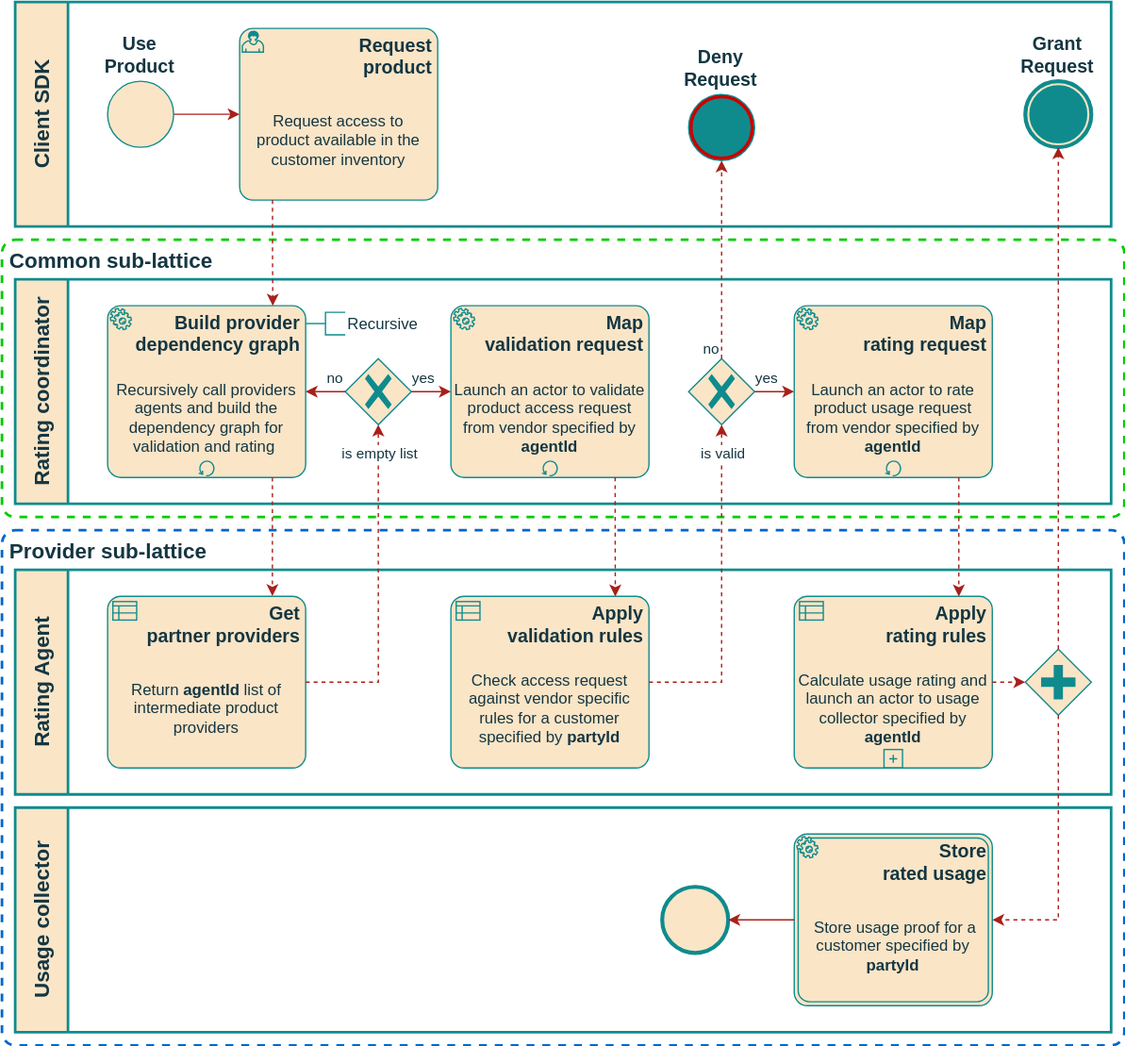
Earlier version of the draw.io export src/USE-CASES/product-use-client-bpmn.svg (distributed-it-for-telco/distributed-rating-doc). Source tidied: cells renumbered, new cells last; positions are measured from the earlier drawing's top-left corner, leaving out a move shared by most shapes.
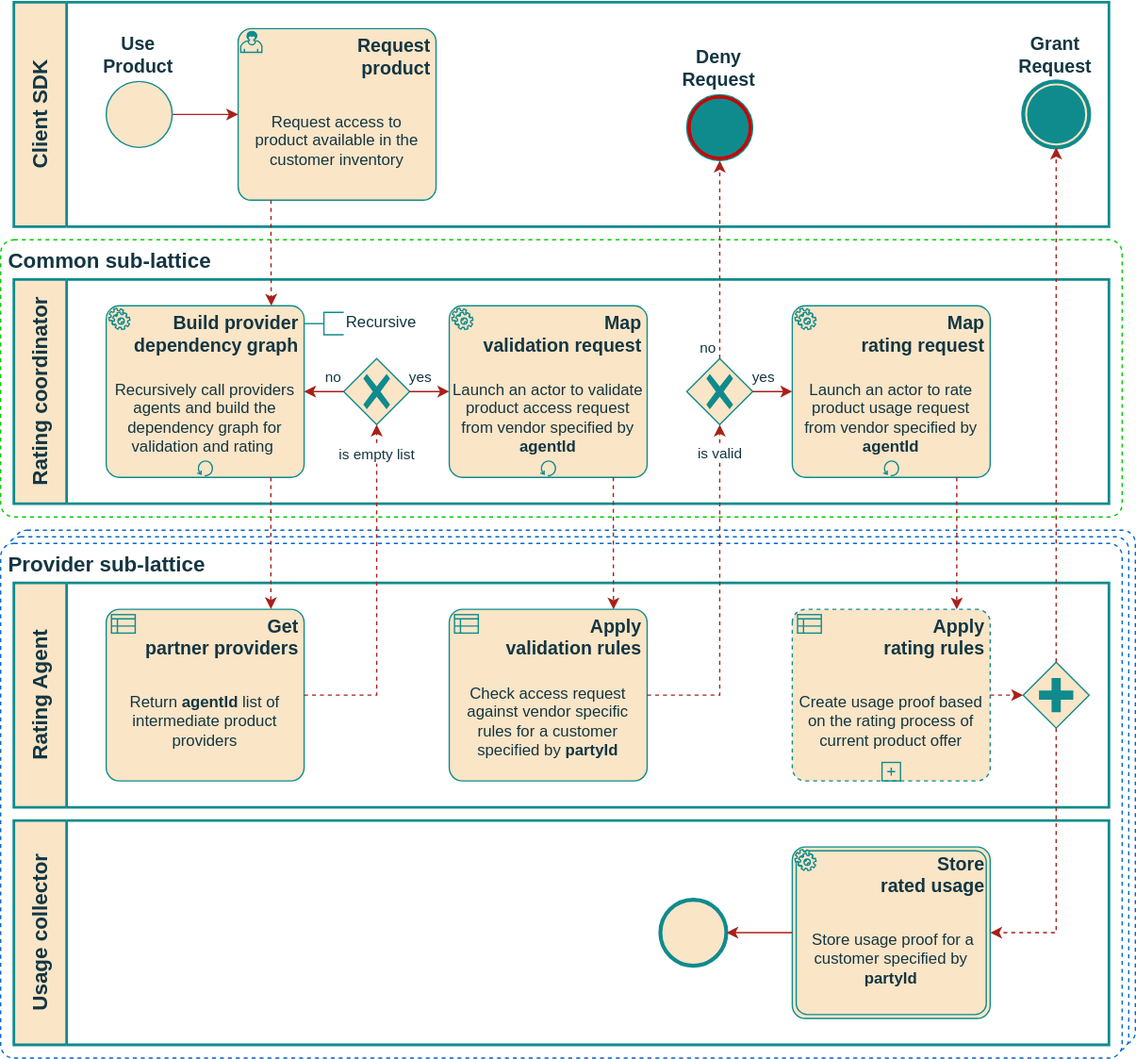
After the commit.

The edit, as a diff of the source:
```diff
@@ -2,10 +2,16 @@
   <root>
     <mxCell id="0" />
     <mxCell id="1" parent="0" />
+    <mxCell id="53" style="rounded=1;whiteSpace=wrap;html=1;strokeColor=#0066CC;fontColor=#143642;fillColor=default;dashed=1;absoluteArcSize=1;strokeWidth=1;fontStyle=1;align=left;verticalAlign=top;fontSize=16;spacingLeft=4;labelBackgroundColor=none;" parent="1" vertex="1">
+      <mxGeometry x="10" y="400" width="850" height="390" as="geometry" />
+    </mxCell>
+    <mxCell id="54" style="rounded=1;whiteSpace=wrap;html=1;strokeColor=#0066CC;fontColor=#143642;fillColor=default;dashed=1;absoluteArcSize=1;strokeWidth=1;fontStyle=1;align=left;verticalAlign=top;fontSize=16;spacingLeft=4;labelBackgroundColor=none;" parent="1" vertex="1">
+      <mxGeometry x="5" y="405" width="850" height="390" as="geometry" />
+    </mxCell>
-    <mxCell id="2" value="Provider sub-lattice" style="rounded=1;whiteSpace=wrap;html=1;strokeColor=#0066CC;fontColor=#143642;fillColor=default;dashed=1;absoluteArcSize=1;strokeWidth=2;fontStyle=1;align=left;verticalAlign=top;fontSize=16;spacingLeft=4;labelBackgroundColor=none;" parent="1" vertex="1">
-      <mxGeometry y="400" width="850" height="390" as="geometry" />
+    <mxCell id="2" value="Provider sub-lattice" style="rounded=1;whiteSpace=wrap;html=1;strokeColor=#0066CC;fontColor=#143642;fillColor=default;dashed=1;absoluteArcSize=1;strokeWidth=1;fontStyle=1;align=left;verticalAlign=top;fontSize=16;spacingLeft=4;labelBackgroundColor=none;" parent="1" vertex="1">
+      <mxGeometry y="410" width="850" height="390" as="geometry" />
     </mxCell>
-    <mxCell id="3" value="Common sub-lattice" style="rounded=1;whiteSpace=wrap;html=1;strokeColor=#00CC00;fontColor=#143642;fillColor=default;dashed=1;absoluteArcSize=1;strokeWidth=2;labelPosition=center;verticalLabelPosition=middle;align=left;verticalAlign=top;spacingTop=0;spacingLeft=4;labelBackgroundColor=none;fontSize=16;fontStyle=1;" parent="1" vertex="1">
+    <mxCell id="3" value="Common sub-lattice" style="rounded=1;whiteSpace=wrap;html=1;strokeColor=#00CC00;fontColor=#143642;fillColor=default;dashed=1;absoluteArcSize=1;strokeWidth=1;labelPosition=center;verticalLabelPosition=middle;align=left;verticalAlign=top;spacingTop=0;spacingLeft=4;labelBackgroundColor=none;fontSize=16;fontStyle=1;" parent="1" vertex="1">
       <mxGeometry y="180" width="850" height="210" as="geometry" />
     </mxCell>
     <mxCell id="4" value="Client&amp;nbsp;SDK" style="swimlane;html=1;startSize=40;fontStyle=1;horizontal=0;swimlaneLine=1;swimlaneFillColor=#ffffff;strokeWidth=2;whiteSpace=wrap;fillColor=#FAE5C7;strokeColor=#0F8B8D;fontSize=16;fontColor=#143642;labelBackgroundColor=none;" parent="1" vertex="1">
@@ -93,7 +99,7 @@
       </mxGeometry>
     </mxCell>
     <mxCell id="27" value="Rating Agent" style="swimlane;html=1;startSize=40;fontStyle=1;horizontal=0;swimlaneLine=1;swimlaneFillColor=#ffffff;strokeWidth=2;whiteSpace=wrap;fillColor=#FAE5C7;strokeColor=#0F8B8D;fontSize=16;fontColor=#143642;labelBackgroundColor=none;" parent="1" vertex="1">
-      <mxGeometry x="10" y="430" width="830" height="170" as="geometry" />
+      <mxGeometry x="10" y="440" width="830" height="170" as="geometry" />
     </mxCell>
     <mxCell id="28" value="Apply&lt;br&gt;validation rules" style="points=[[0.25,0,0],[0.5,0,0],[0.75,0,0],[1,0.25,0],[1,0.5,0],[1,0.75,0],[0.75,1,0],[0.5,1,0],[0.25,1,0],[0,0.75,0],[0,0.5,0],[0,0.25,0]];shape=mxgraph.bpmn.task;whiteSpace=wrap;rectStyle=rounded;size=10;html=1;taskMarker=businessRule;strokeColor=#0F8B8D;align=right;verticalAlign=top;spacingRight=2;spacingTop=-2;spacing=2;fontFamily=Helvetica;fontSize=14;fontColor=#143642;fillColor=#FAE5C7;fontStyle=1;labelBackgroundColor=none;" parent="27" vertex="1">
       <mxGeometry x="330" y="20" width="150" height="130" as="geometry" />
@@ -101,10 +107,10 @@
     <mxCell id="29" value="Check access request against vendor specific rules for a customer specified by &lt;b&gt;partyId&lt;/b&gt;" style="text;align=center;verticalAlign=middle;strokeColor=none;fillColor=none;fontColor=#143642;labelPosition=center;verticalLabelPosition=middle;overflow=width;comic=0;html=1;whiteSpace=wrap;spacing=2;spacingLeft=0;perimeterSpacing=1;fixedWidth=1;backgroundOutline=0;enumerate=0;fixDash=0;labelPadding=0;noLabel=0;shadow=0;spacingBottom=0;labelBackgroundColor=none;" parent="28" vertex="1">
       <mxGeometry y="40" width="150" height="90" as="geometry" />
     </mxCell>
-    <mxCell id="30" value="Apply&lt;br&gt;rating rules" style="points=[[0.25,0,0],[0.5,0,0],[0.75,0,0],[1,0.25,0],[1,0.5,0],[1,0.75,0],[0.75,1,0],[0.5,1,0],[0.25,1,0],[0,0.75,0],[0,0.5,0],[0,0.25,0]];shape=mxgraph.bpmn.task;whiteSpace=wrap;rectStyle=rounded;size=10;html=1;taskMarker=businessRule;strokeColor=#0F8B8D;align=right;verticalAlign=top;spacingRight=2;spacingTop=-2;spacing=2;fontFamily=Helvetica;fontSize=14;fontColor=#143642;fillColor=#FAE5C7;fontStyle=1;labelBackgroundColor=none;isLoopSub=1;" parent="27" vertex="1">
+    <mxCell id="30" value="Apply&lt;br&gt;rating rules" style="points=[[0.25,0,0],[0.5,0,0],[0.75,0,0],[1,0.25,0],[1,0.5,0],[1,0.75,0],[0.75,1,0],[0.5,1,0],[0.25,1,0],[0,0.75,0],[0,0.5,0],[0,0.25,0]];shape=mxgraph.bpmn.task;whiteSpace=wrap;rectStyle=rounded;size=10;html=1;taskMarker=businessRule;strokeColor=#0F8B8D;align=right;verticalAlign=top;spacingRight=2;spacingTop=-2;spacing=2;fontFamily=Helvetica;fontSize=14;fontColor=#143642;fillColor=#FAE5C7;fontStyle=1;labelBackgroundColor=none;isLoopSub=1;bpmnShapeType=subprocess;" parent="27" vertex="1">
       <mxGeometry x="590" y="20" width="150" height="130" as="geometry" />
     </mxCell>
-    <mxCell id="31" value="Calculate usage rating and launch an actor to&amp;nbsp;usage collector specified by &lt;b&gt;agentId&lt;/b&gt;" style="text;align=center;verticalAlign=middle;strokeColor=none;fillColor=none;fontColor=#143642;labelPosition=center;verticalLabelPosition=middle;overflow=width;comic=0;html=1;whiteSpace=wrap;spacing=2;spacingLeft=0;perimeterSpacing=1;fixedWidth=1;backgroundOutline=0;enumerate=0;fixDash=0;labelPadding=0;noLabel=0;shadow=0;spacingBottom=0;labelBackgroundColor=none;" parent="30" vertex="1">
+    <mxCell id="31" value="Create usage proof based on the rating process of current product offer" style="text;align=center;verticalAlign=middle;strokeColor=none;fillColor=none;fontColor=#143642;labelPosition=center;verticalLabelPosition=middle;overflow=width;comic=0;html=1;whiteSpace=wrap;spacing=2;spacingLeft=0;perimeterSpacing=1;fixedWidth=1;backgroundOutline=0;enumerate=0;fixDash=0;labelPadding=0;noLabel=0;shadow=0;spacingBottom=0;labelBackgroundColor=none;" parent="30" vertex="1">
       <mxGeometry y="40" width="150" height="90" as="geometry" />
     </mxCell>
     <mxCell id="32" value="&lt;div&gt;Get&lt;br&gt;partner&amp;nbsp;&lt;span style=&quot;background-color: initial;&quot;&gt;providers&lt;/span&gt;&lt;/div&gt;" style="points=[[0.25,0,0],[0.5,0,0],[0.75,0,0],[1,0.25,0],[1,0.5,0],[1,0.75,0],[0.75,1,0],[0.5,1,0],[0.25,1,0],[0,0.75,0],[0,0.5,0],[0,0.25,0]];shape=mxgraph.bpmn.task;whiteSpace=wrap;rectStyle=rounded;size=10;html=1;taskMarker=businessRule;strokeColor=#0F8B8D;align=right;verticalAlign=top;spacingRight=2;spacingTop=-2;spacing=2;fontFamily=Helvetica;fontSize=14;fontColor=#143642;fillColor=#FAE5C7;fontStyle=1;labelBackgroundColor=none;isLoopStandard=0;" parent="27" vertex="1">
@@ -164,7 +170,7 @@
       </mxGeometry>
     </mxCell>
     <mxCell id="47" value="Usage collector" style="swimlane;html=1;startSize=40;fontStyle=1;horizontal=0;swimlaneLine=1;swimlaneFillColor=#ffffff;strokeWidth=2;whiteSpace=wrap;fillColor=#FAE5C7;strokeColor=#0F8B8D;fontSize=16;fontColor=#143642;labelBackgroundColor=none;" parent="1" vertex="1">
-      <mxGeometry x="10" y="610" width="830" height="170" as="geometry" />
+      <mxGeometry x="10" y="620" width="830" height="170" as="geometry" />
     </mxCell>
     <mxCell id="48" value="Store&lt;br&gt;rated usage" style="points=[[0.25,0,0],[0.5,0,0],[0.75,0,0],[1,0.25,0],[1,0.5,0],[1,0.75,0],[0.75,1,0],[0.5,1,0],[0.25,1,0],[0,0.75,0],[0,0.5,0],[0,0.25,0]];shape=mxgraph.bpmn.task;whiteSpace=wrap;rectStyle=rounded;size=10;html=1;taskMarker=service;strokeColor=#0F8B8D;align=right;verticalAlign=top;spacingRight=2;spacingTop=-2;spacing=2;fontFamily=Helvetica;fontSize=14;fontColor=#143642;fillColor=#FAE5C7;fontStyle=1;labelBackgroundColor=none;bpmnShapeType=transaction;" parent="47" vertex="1">
       <mxGeometry x="590" y="20" width="150" height="130" as="geometry" />
```
